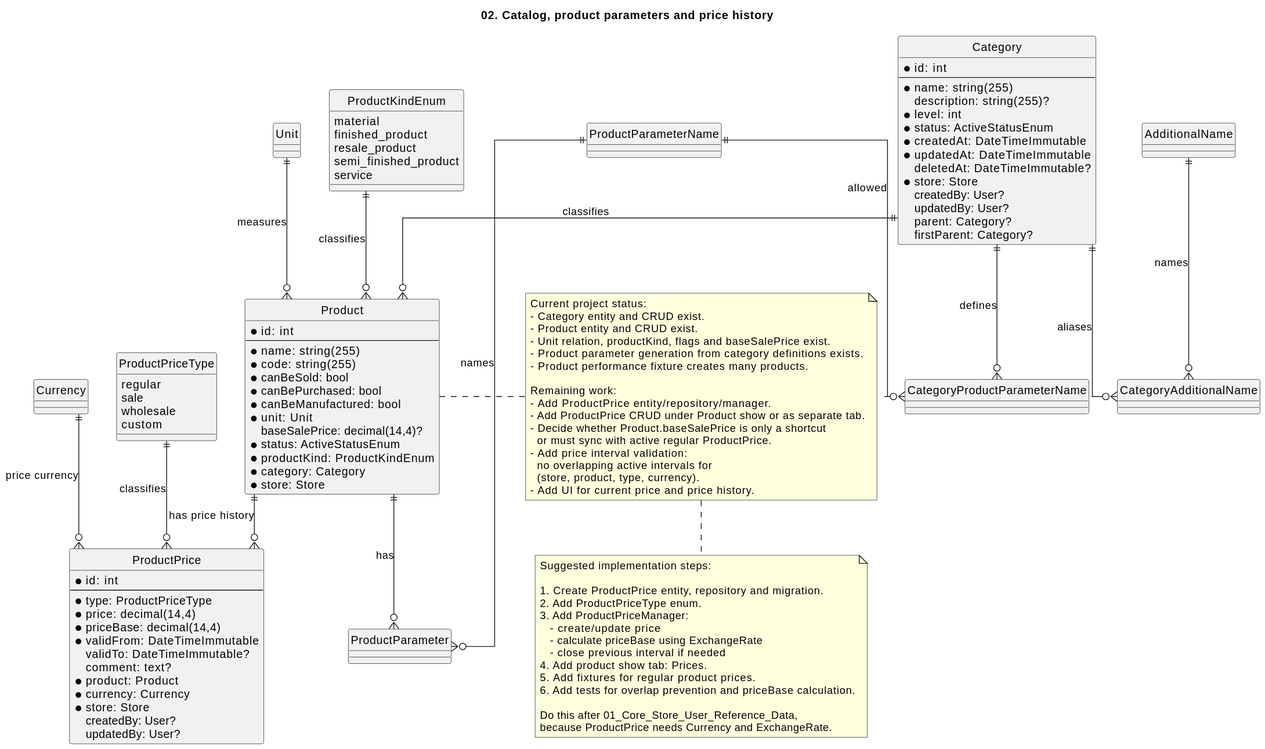
This is src/Uml/implementation/02_Catalog_Product_And_Pricing.svg from Tolik1794/shop, a PlantUML export, as it was before one commit. Its diagram source:
```plantuml
@startuml
title 02. Catalog, product parameters and price history

hide circle
skinparam linetype ortho

enum ProductKindEnum {
	material
	finished_product
	resale_product
	semi_finished_product
	service
}

enum ProductPriceType {
	regular
	sale
	wholesale
	custom
}

entity Category {
	* id: int
	--
	* name: string(255)
	description: string(255)?
	* level: int
	* status: ActiveStatusEnum
	* createdAt: DateTimeImmutable
	* updatedAt: DateTimeImmutable
	deletedAt: DateTimeImmutable?
	* store: Store
	createdBy: User?
	updatedBy: User?
	parent: Category?
	firstParent: Category?
}

entity Product {
	* id: int
	--
	* name: string(255)
	* code: string(255)
	* canBeSold: bool
	* canBePurchased: bool
	* canBeManufactured: bool
	* unit: Unit
	baseSalePrice: decimal(14,4)?
	* status: ActiveStatusEnum
	* productKind: ProductKindEnum
	* category: Category
	* store: Store
}

entity ProductPrice {
	* id: int
	--
	* type: ProductPriceType
	* price: decimal(14,4)
	* priceBase: decimal(14,4)
	* validFrom: DateTimeImmutable
	validTo: DateTimeImmutable?
	comment: text?
	* product: Product
	* currency: Currency
	* store: Store
	createdBy: User?
	updatedBy: User?
}

entity ProductParameterName
entity ProductParameter
entity CategoryProductParameterName
entity AdditionalName
entity CategoryAdditionalName

Category ||--o{ Product : classifies
ProductKindEnum ||--o{ Product : classifies
Unit ||--o{ Product : measures
Product ||--o{ ProductPrice : has price history
Currency ||--o{ ProductPrice : price currency
ProductPriceType ||--o{ ProductPrice : classifies
Product ||--o{ ProductParameter : has
ProductParameterName ||--o{ ProductParameter : names
Category ||--o{ CategoryProductParameterName : defines
ProductParameterName ||--o{ CategoryProductParameterName : allowed
Category ||--o{ CategoryAdditionalName : aliases
AdditionalName ||--o{ CategoryAdditionalName : names

note right of Product
  Current project status:
  - Category entity and CRUD exist.
  - Product entity and CRUD exist.
  - Unit relation, productKind, flags and baseSalePrice exist.
  - Product parameter generation from category definitions exists.
  - Product performance fixture creates many products.

  Remaining work:
  - Add ProductPrice entity/repository/manager.
  - Add ProductPrice CRUD under Product show or as separate tab.
  - Decide whether Product.baseSalePrice is only a shortcut
    or must sync with active regular ProductPrice.
  - Add price interval validation:
    no overlapping active intervals for
    (store, product, type, currency).
  - Add UI for current price and price history.
end note

note bottom
  Suggested implementation steps:

  1. Create ProductPrice entity, repository and migration.
  2. Add ProductPriceType enum.
  3. Add ProductPriceManager:
     - create/update price
     - calculate priceBase using ExchangeRate
     - close previous interval if needed
  4. Add product show tab: Prices.
  5. Add fixtures for regular product prices.
  6. Add tests for overlap prevention and priceBase calculation.

  Do this after 01_Core_Store_User_Reference_Data,
  because ProductPrice needs Currency and ExchangeRate.
end note
@enduml
```
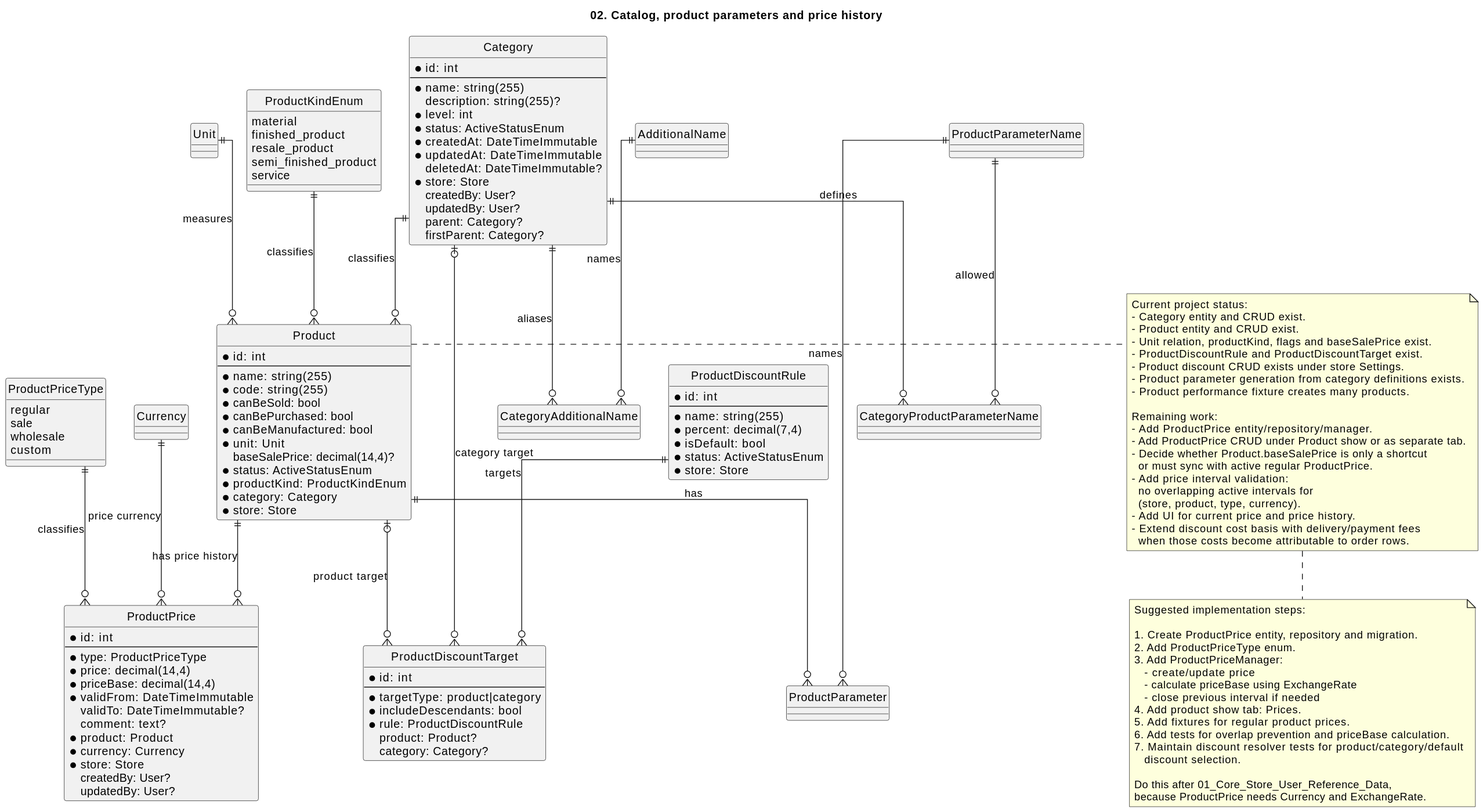
Above is the later version.

Change to the diagram source:
```diff
@@ -68,6 +68,26 @@
 	updatedBy: User?
 }
 
+entity ProductDiscountRule {
+	* id: int
+	--
+	* name: string(255)
+	* percent: decimal(7,4)
+	* isDefault: bool
+	* status: ActiveStatusEnum
+	* store: Store
+}
+
+entity ProductDiscountTarget {
+	* id: int
+	--
+	* targetType: product|category
+	* includeDescendants: bool
+	* rule: ProductDiscountRule
+	product: Product?
+	category: Category?
+}
+
 entity ProductParameterName
 entity ProductParameter
 entity CategoryProductParameterName
@@ -78,6 +98,9 @@
 ProductKindEnum ||--o{ Product : classifies
 Unit ||--o{ Product : measures
 Product ||--o{ ProductPrice : has price history
+ProductDiscountRule ||--o{ ProductDiscountTarget : targets
+Product |o--o{ ProductDiscountTarget : product target
+Category |o--o{ ProductDiscountTarget : category target
 Currency ||--o{ ProductPrice : price currency
 ProductPriceType ||--o{ ProductPrice : classifies
 Product ||--o{ ProductParameter : has
@@ -92,6 +115,8 @@
   - Category entity and CRUD exist.
   - Product entity and CRUD exist.
   - Unit relation, productKind, flags and baseSalePrice exist.
+  - ProductDiscountRule and ProductDiscountTarget exist.
+  - Product discount CRUD exists under store Settings.
   - Product parameter generation from category definitions exists.
   - Product performance fixture creates many products.
 
@@ -104,6 +129,8 @@
     no overlapping active intervals for
     (store, product, type, currency).
   - Add UI for current price and price history.
+  - Extend discount cost basis with delivery/payment fees
+    when those costs become attributable to order rows.
 end note
 
 note bottom
@@ -118,6 +145,8 @@
   4. Add product show tab: Prices.
   5. Add fixtures for regular product prices.
   6. Add tests for overlap prevention and priceBase calculation.
+  7. Maintain discount resolver tests for product/category/default
+     discount selection.
 
   Do this after 01_Core_Store_User_Reference_Data,
   because ProductPrice needs Currency and ExchangeRate.
```
